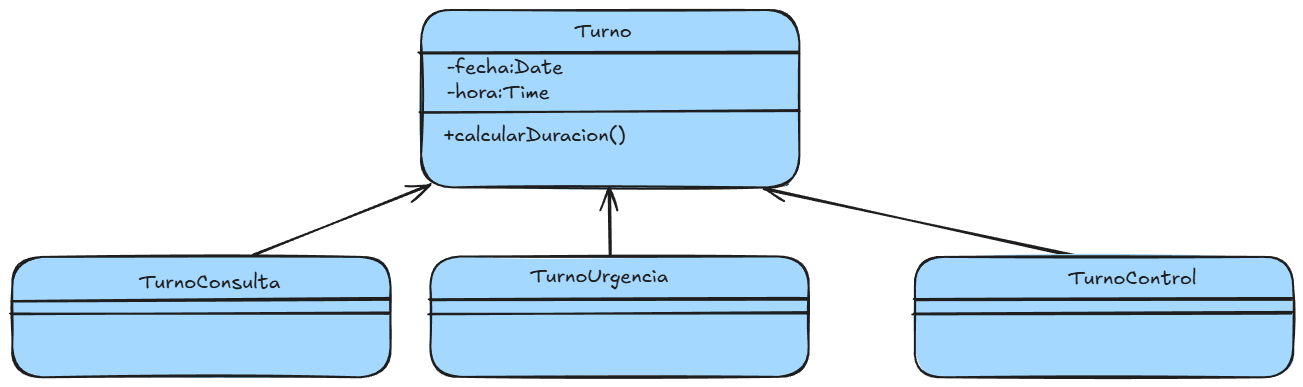
The PlantUML diagram diagramas/01-diagrama-clases/01-solid-02-ocp.png in angelgc9107-lgtm/SistemaTurnosMedicos_GP6, before a commit. Its source is kept beside it as diagramas/01-diagrama-clases/01-solid-02-ocp.puml.
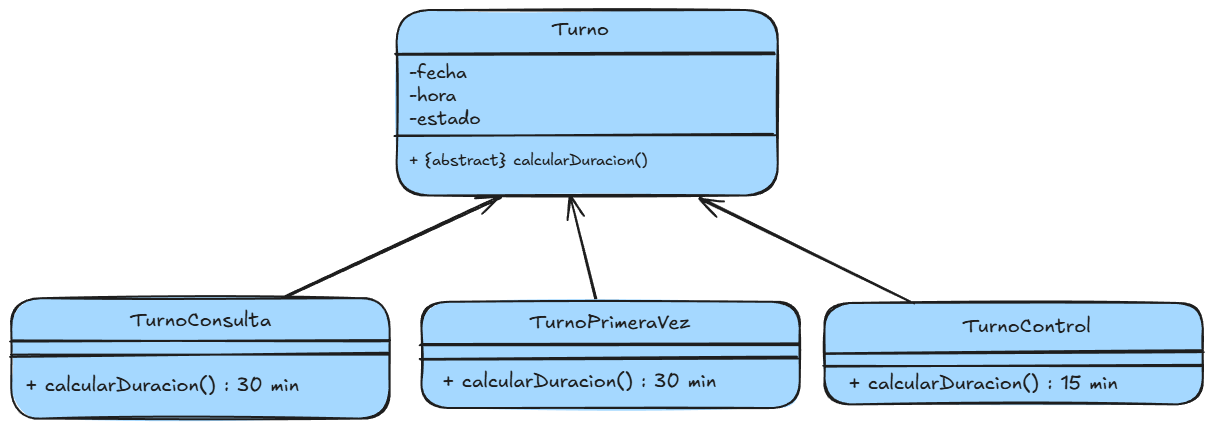
After the change.

What changed in the source:
```diff
@@ -3,15 +3,26 @@
 abstract class Turno {
   - fecha
   - hora
-  + calcularDuracion()
+  - estado
+  + {abstract} calcularDuracion()
 }
 
 class TurnoConsulta
-class TurnoUrgencia
+class TurnoPrimeraVez
 class TurnoControl
 
 Turno <|-- TurnoConsulta
-Turno <|-- TurnoUrgencia
+Turno <|-- TurnoPrimeraVez
 Turno <|-- TurnoControl
 
+class TurnoConsulta {
+  + calcularDuracion() : 30 min
+}
+
+class TurnoControl {
+  + calcularDuracion() : 15 min
+}
+class TurnoPrimeraVez {
++ calcularDuracion() : 30 min
+}
 @enduml
```
